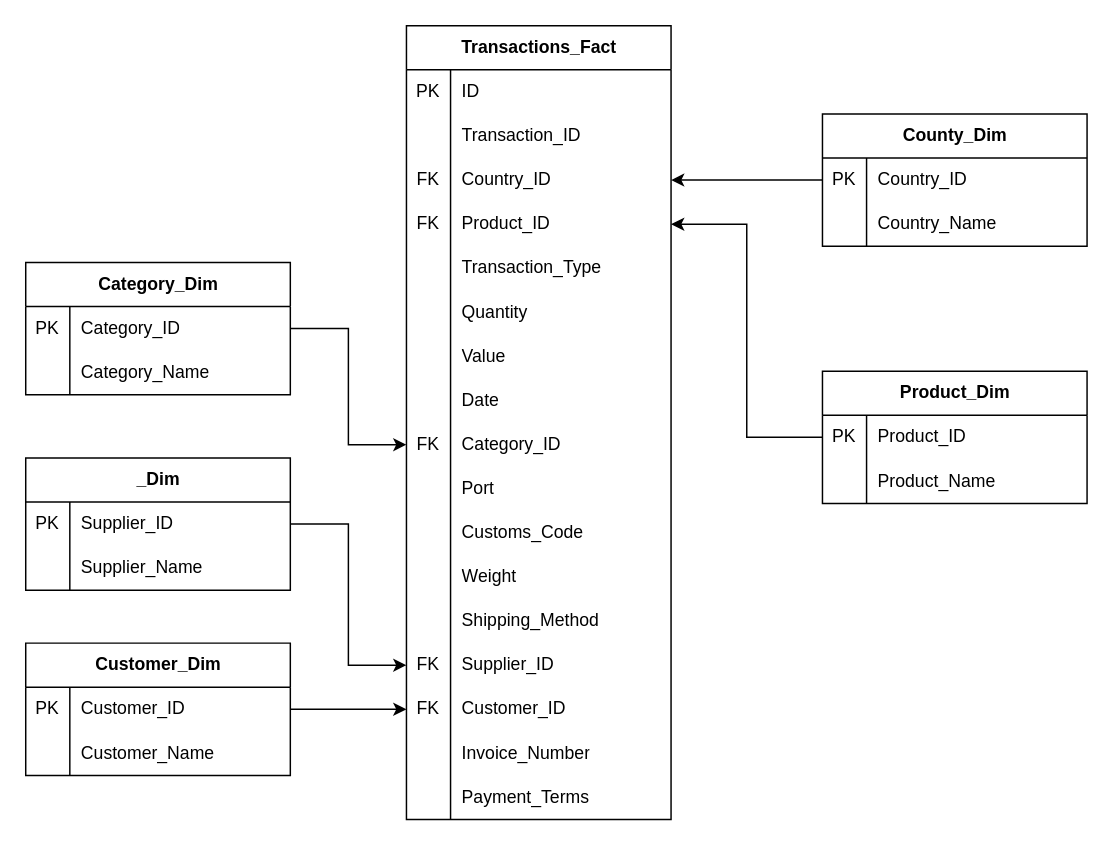
Before: data/Trade_Analysis.drawio in Archies98/ETL-Pipeline-with-Spark-and-Dataproc, a draw.io diagram. Source tidied: cells renumbered, new cells numbered last; positions are measured from the earlier drawing's top-left corner, leaving out a move shared by most shapes. Both pictures are drawn from the tidied source at 147%, with x=0, y=0 at pixel (25, 25).
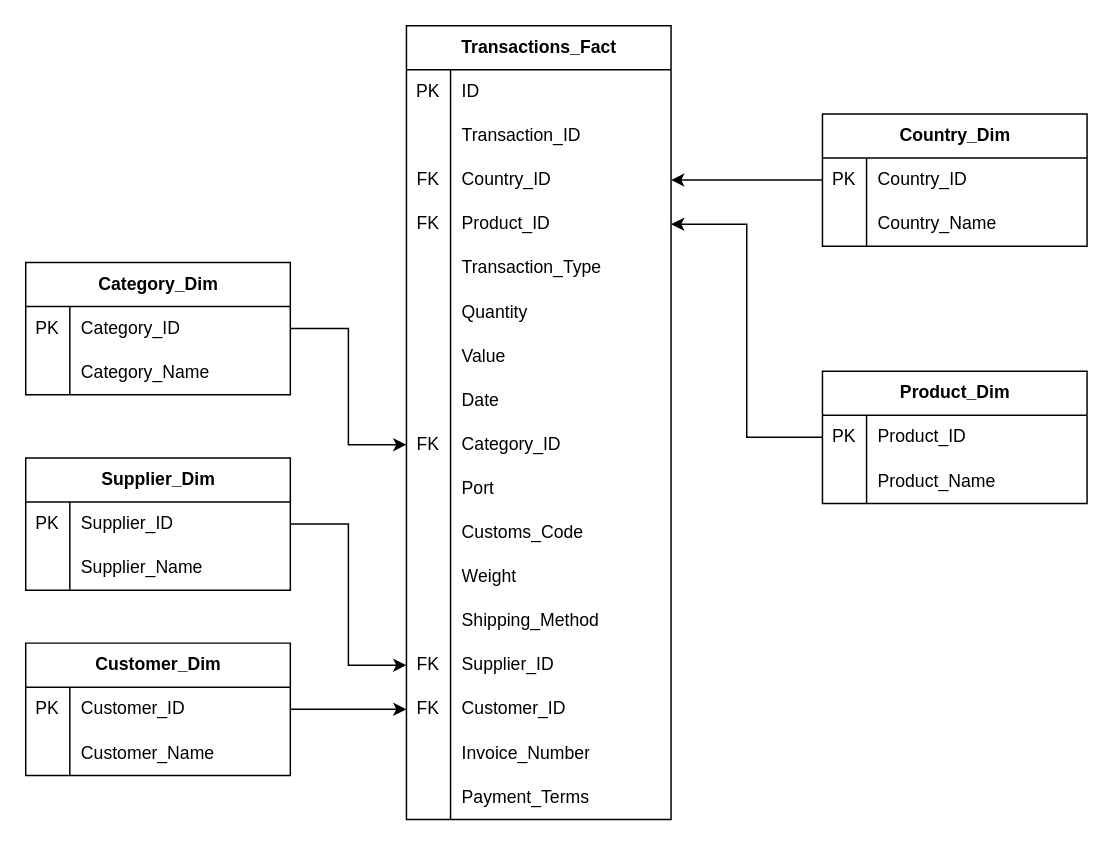
The same page after the edit.

Diff of the diagram source:
```diff
@@
-    <mxCell id="54" value="County_Dim" style="shape=table;startSize=30;childLayout=tableLayout;rowLines=0;fontStyle=1;align=center;html=1;" parent="1" vertex="1">
+    <mxCell id="54" value="Country_Dim" style="shape=table;startSize=30;childLayout=tableLayout;rowLines=0;fontStyle=1;align=center;html=1;" parent="1" vertex="1">
       <mxGeometry x="542" y="60" width="180" height="90" as="geometry" />
     </mxCell>
@@
-    <mxCell id="75" value="_Dim" style="shape=table;startSize=30;childLayout=tableLayout;rowLines=0;fontStyle=1;align=center;html=1;" parent="1" vertex="1">
+    <mxCell id="75" value="Supplier_Dim" style="shape=table;startSize=30;childLayout=tableLayout;rowLines=0;fontStyle=1;align=center;html=1;" parent="1" vertex="1">
       <mxGeometry y="294" width="180" height="90" as="geometry" />
     </mxCell>
```
